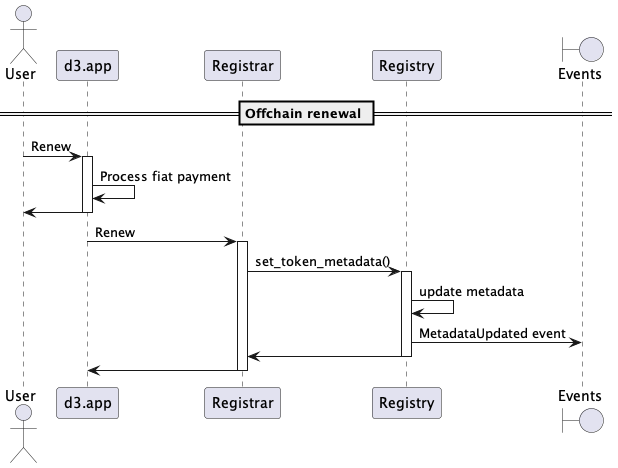
Before: docs/sequence-diagrams/puml/offchain-renewal.png, a diagram exported from PlantUML (make-software/cspr-name-contracts). The source it was exported from:
```plantuml
@startuml

actor User
participant "d3.app" as d3
participant "Registrar"
participant "Registry"
boundary "Events"

== Offchain renewal ==

User -> d3: Renew
activate d3
d3 -> d3: Process fiat payment
d3 -> User
deactivate d3

d3 -> Registrar: Renew
activate Registrar
Registrar -> Registry: set_token_metadata()
activate Registry
Registry -> Registry: update metadata
Registry -> "Events": MetadataUpdated event
Registry -> Registrar
deactivate Registry
Registrar -> d3
deactivate Registrar
deactivate d3

@enduml
```
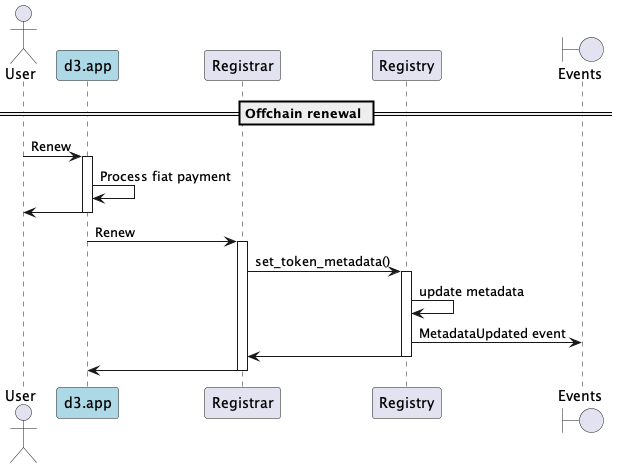
After the change.

Commit message:
highlight off-chain system with lightblue color.

The edit, as a diff of the source:
```diff
@@ -1,7 +1,7 @@
 @startuml
 
 actor User
-participant "d3.app" as d3
+participant "d3.app" as d3 #lightblue
 participant "Registrar"
 participant "Registry"
 boundary "Events"
```
